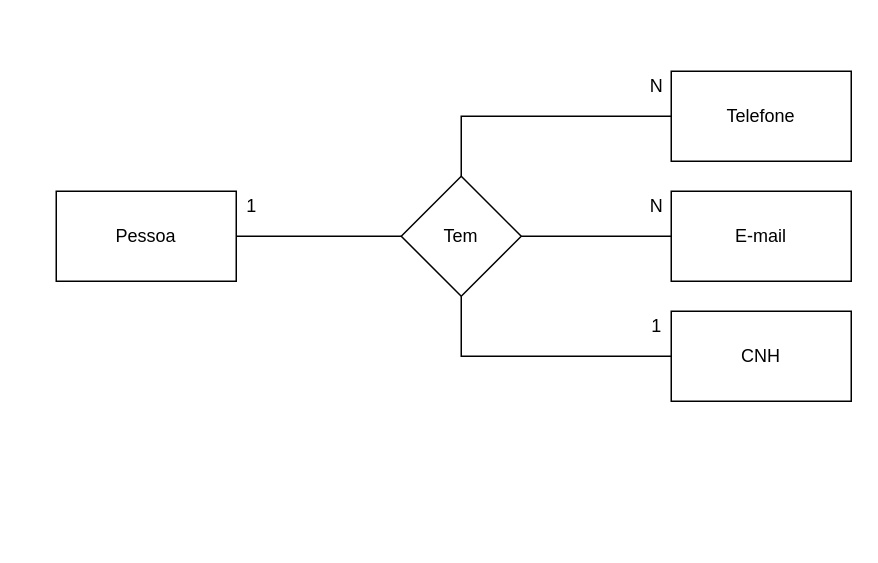
This is exercicios/1.1-exercicio-pessoas/1.1-exercicio-pessoas.drawio from Vitormanoel-melo/Sprint-1_BD_Relacional, a draw.io file, before an edit. Source tidied: cells renumbered, new cells numbered last; positions are measured from the earlier drawing's top-left corner, leaving out a move shared by most shapes. Both pictures are drawn from the tidied source at 150%, with x=0, y=0 at pixel (56, 70).
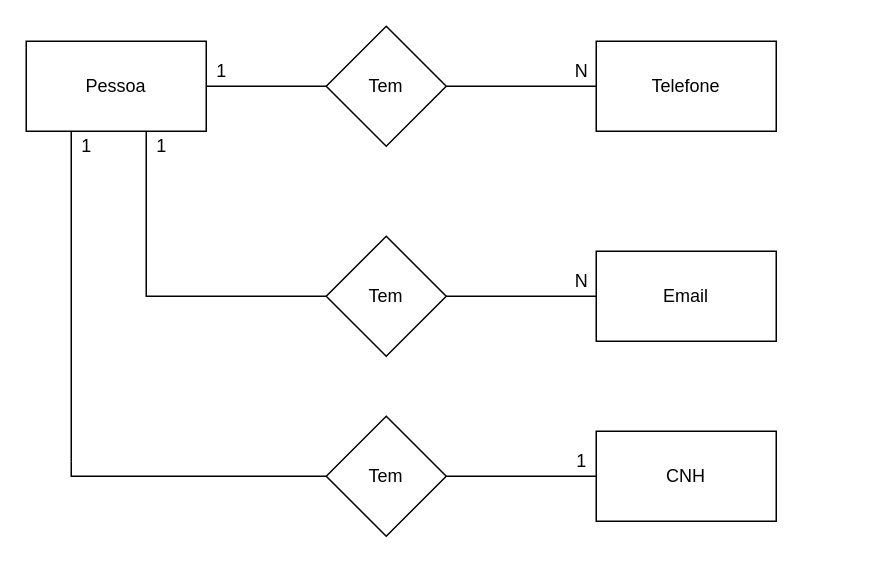
The same diagram, later.

Diff of the diagram source:
```diff
@@
+    <mxCell id="15" style="edgeStyle=orthogonalEdgeStyle;rounded=0;jettySize=auto;html=1;endArrow=none;endFill=0;entryX=0;entryY=0.5;entryDx=0;entryDy=0;" parent="1" edge="1" source="4" target="23">
+      <mxGeometry relative="1" as="geometry">
+        <Array as="points">
+          <mxPoint x="60" y="150" />
+        </Array>
+      </mxGeometry>
+    </mxCell>
+    <mxCell id="16" style="edgeStyle=orthogonalEdgeStyle;rounded=0;jettySize=auto;html=1;exitX=0.25;exitY=1;exitDx=0;exitDy=0;endArrow=none;endFill=0;" parent="1" edge="1" source="4">
+      <mxGeometry relative="1" as="geometry">
+        <mxPoint x="10" y="260" as="targetPoint" />
+      </mxGeometry>
+    </mxCell>
+    <mxCell id="4" value="Pessoa" style="rounded=0;whiteSpace=wrap;html=1;" parent="1" vertex="1">
+      <mxGeometry x="-20" y="-20" width="120" height="60" as="geometry" />
+    </mxCell>
+    <mxCell id="17" style="edgeStyle=orthogonalEdgeStyle;rounded=0;jettySize=auto;html=1;endArrow=none;endFill=0;" parent="1" edge="1" source="19" target="4">
+      <mxGeometry relative="1" as="geometry" />
+    </mxCell>
+    <mxCell id="18" style="edgeStyle=orthogonalEdgeStyle;rounded=0;jettySize=auto;html=1;entryX=0;entryY=0.5;entryDx=0;entryDy=0;endArrow=none;endFill=0;" parent="1" edge="1" source="19" target="2">
+      <mxGeometry relative="1" as="geometry" />
+    </mxCell>
+    <mxCell id="19" value="Tem" style="rhombus;whiteSpace=wrap;html=1;" parent="1" vertex="1">
+      <mxGeometry x="180" y="-30" width="80" height="80" as="geometry" />
+    </mxCell>
     <mxCell id="2" value="Telefone" style="rounded=0;whiteSpace=wrap;html=1;" parent="1" vertex="1">
-      <mxGeometry x="410" width="120" height="60" as="geometry" />
+      <mxGeometry x="360" y="-20" width="120" height="60" as="geometry" />
     </mxCell>
-    <mxCell id="3" style="edgeStyle=orthogonalEdgeStyle;rounded=0;jettySize=auto;html=1;entryX=0;entryY=0.5;entryDx=0;entryDy=0;endArrow=none;endFill=0;strokeWidth=1;" parent="1" edge="1" source="4" target="14">
-      <mxGeometry relative="1" as="geometry" />
-    </mxCell>
-    <mxCell id="4" value="Pessoa" style="rounded=0;whiteSpace=wrap;html=1;" parent="1" vertex="1">
-      <mxGeometry y="80" width="120" height="60" as="geometry" />
-    </mxCell>
-    <mxCell id="5" value="E-mail" style="rounded=0;whiteSpace=wrap;html=1;" parent="1" vertex="1">
-      <mxGeometry x="410" y="80" width="120" height="60" as="geometry" />
-    </mxCell>
+    <mxCell id="20" value="N" style="text;html=1;align=center;verticalAlign=middle;" parent="1" vertex="1">
+      <mxGeometry x="340" y="-10" width="20" height="20" as="geometry" />
+    </mxCell>
+    <mxCell id="21" value="1" style="text;html=1;align=center;verticalAlign=middle;" parent="1" vertex="1">
+      <mxGeometry x="100" y="-10" width="20" height="20" as="geometry" />
+    </mxCell>
+    <mxCell id="22" style="edgeStyle=orthogonalEdgeStyle;rounded=0;jettySize=auto;html=1;entryX=0;entryY=0.5;entryDx=0;entryDy=0;endArrow=none;endFill=0;" parent="1" edge="1" source="23" target="24">
+      <mxGeometry relative="1" as="geometry" />
+    </mxCell>
+    <mxCell id="23" value="Tem" style="rhombus;whiteSpace=wrap;html=1;" parent="1" vertex="1">
+      <mxGeometry x="180" y="110" width="80" height="80" as="geometry" />
+    </mxCell>
+    <mxCell id="24" value="Email" style="rounded=0;whiteSpace=wrap;html=1;" parent="1" vertex="1">
+      <mxGeometry x="360" y="120" width="120" height="60" as="geometry" />
+    </mxCell>
+    <mxCell id="25" value="1" style="text;html=1;align=center;verticalAlign=middle;" parent="1" vertex="1">
+      <mxGeometry x="60" y="40" width="20" height="20" as="geometry" />
+    </mxCell>
+    <mxCell id="26" value="N" style="text;html=1;align=center;verticalAlign=middle;" parent="1" vertex="1">
+      <mxGeometry x="340" y="130" width="20" height="20" as="geometry" />
+    </mxCell>
+    <mxCell id="27" style="edgeStyle=orthogonalEdgeStyle;rounded=0;jettySize=auto;html=1;entryX=0;entryY=0.5;entryDx=0;entryDy=0;endArrow=none;endFill=0;" parent="1" edge="1" source="29" target="6">
+      <mxGeometry relative="1" as="geometry" />
+    </mxCell>
+    <mxCell id="28" style="edgeStyle=orthogonalEdgeStyle;rounded=0;jettySize=auto;html=1;exitX=0;exitY=0.5;exitDx=0;exitDy=0;endArrow=none;endFill=0;" parent="1" edge="1" source="29">
+      <mxGeometry relative="1" as="geometry">
+        <mxPoint x="10" y="260" as="targetPoint" />
+        <Array as="points">
+          <mxPoint x="10" y="270" />
+        </Array>
+      </mxGeometry>
+    </mxCell>
+    <mxCell id="29" value="Tem" style="rhombus;whiteSpace=wrap;html=1;" parent="1" vertex="1">
+      <mxGeometry x="180" y="230" width="80" height="80" as="geometry" />
+    </mxCell>
     <mxCell id="6" value="CNH" style="rounded=0;whiteSpace=wrap;html=1;" parent="1" vertex="1">
-      <mxGeometry x="410" y="160" width="120" height="60" as="geometry" />
+      <mxGeometry x="360" y="240" width="120" height="60" as="geometry" />
     </mxCell>
-    <mxCell id="7" value="1" style="text;html=1;align=center;verticalAlign=middle;" parent="1" vertex="1">
-      <mxGeometry x="120" y="80" width="20" height="20" as="geometry" />
-    </mxCell>
-    <mxCell id="8" value="N" style="text;html=1;align=center;verticalAlign=middle;" parent="1" vertex="1">
-      <mxGeometry x="390" width="20" height="20" as="geometry" />
-    </mxCell>
-    <mxCell id="9" value="N" style="text;html=1;align=center;verticalAlign=middle;" parent="1" vertex="1">
-      <mxGeometry x="390" y="80" width="20" height="20" as="geometry" />
-    </mxCell>
-    <mxCell id="10" value="1" style="text;html=1;align=center;verticalAlign=middle;" parent="1" vertex="1">
-      <mxGeometry x="390" y="160" width="20" height="20" as="geometry" />
-    </mxCell>
-    <mxCell id="11" style="edgeStyle=orthogonalEdgeStyle;rounded=0;jettySize=auto;html=1;endArrow=none;endFill=0;strokeWidth=1;entryX=0;entryY=0.5;entryDx=0;entryDy=0;" parent="1" edge="1" source="14" target="5">
-      <mxGeometry relative="1" as="geometry" />
-    </mxCell>
-    <mxCell id="12" style="edgeStyle=orthogonalEdgeStyle;rounded=0;jettySize=auto;html=1;endArrow=none;endFill=0;strokeWidth=1;entryX=0;entryY=0.5;entryDx=0;entryDy=0;" parent="1" edge="1" source="14" target="2">
-      <mxGeometry relative="1" as="geometry">
-        <Array as="points">
-          <mxPoint x="270" y="30" />
-        </Array>
-      </mxGeometry>
-    </mxCell>
-    <mxCell id="13" style="edgeStyle=orthogonalEdgeStyle;rounded=0;jettySize=auto;html=1;endArrow=none;endFill=0;strokeWidth=1;entryX=0;entryY=0.5;entryDx=0;entryDy=0;" parent="1" edge="1" source="14" target="6">
-      <mxGeometry relative="1" as="geometry">
-        <Array as="points">
-          <mxPoint x="270" y="190" />
-        </Array>
-      </mxGeometry>
-    </mxCell>
-    <mxCell id="14" value="Tem" style="rhombus;whiteSpace=wrap;html=1;" parent="1" vertex="1">
-      <mxGeometry x="230" y="70" width="80" height="80" as="geometry" />
-    </mxCell>
+    <mxCell id="30" value="1" style="text;html=1;align=center;verticalAlign=middle;" parent="1" vertex="1">
+      <mxGeometry x="340" y="250" width="20" height="20" as="geometry" />
+    </mxCell>
+    <mxCell id="31" value="1" style="text;html=1;align=center;verticalAlign=middle;" parent="1" vertex="1">
+      <mxGeometry x="10" y="40" width="20" height="20" as="geometry" />
+    </mxCell>
```
